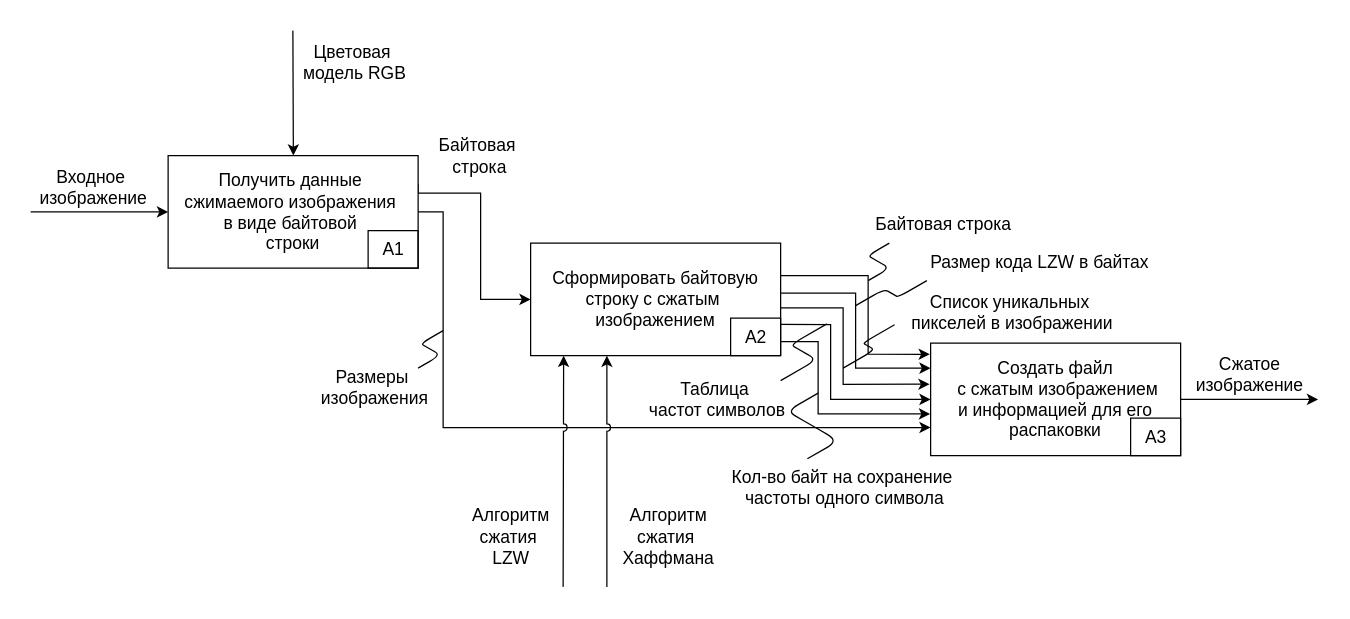
This is docs/schemes/idef0_a1.drawio from kovkir/bmstu-magistracy-diploma, a draw.io file, before an edit. Source tidied: cells renumbered, new cells numbered last; positions are measured from the earlier drawing's top-left corner, leaving out a move shared by most shapes. Both pictures are drawn from the tidied source at 125%, with x=0, y=0 at pixel (24, 30).
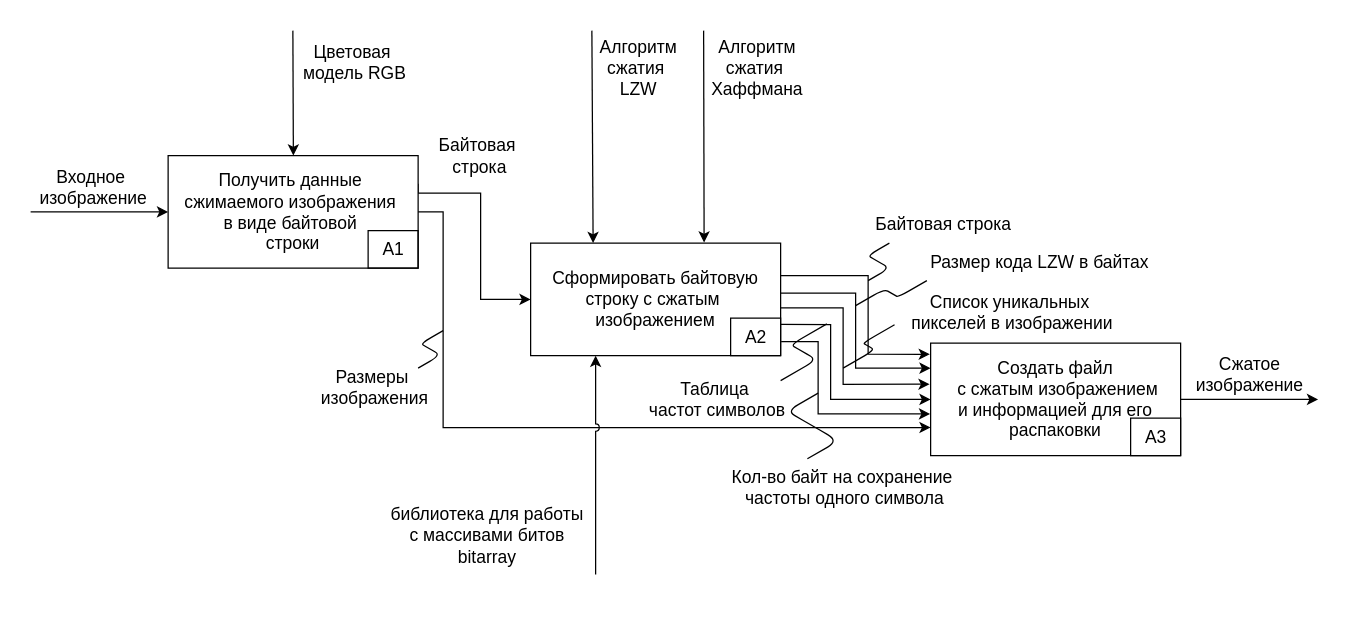
The same diagram, later.

The change refers to these unchanged cells:
```xml
<mxCell id="11" value="&lt;font style=&quot;color: rgb(0, 0, 0); font-size: 14px;&quot;&gt;Сформировать байтовую&lt;/font&gt;&lt;div&gt;&lt;font style=&quot;color: rgb(0, 0, 0); font-size: 14px;&quot;&gt;строку с сжатым&amp;nbsp;&lt;/font&gt;&lt;/div&gt;&lt;div&gt;&lt;font style=&quot;color: rgb(0, 0, 0); font-size: 14px;&quot;&gt;изображением&lt;/font&gt;&lt;/div&gt;" style="rounded=0;whiteSpace=wrap;html=1;" parent="1" vertex="1">
  <mxGeometry x="405" y="170" width="200" height="90" as="geometry" />
</mxCell>
```

What changed in the source:
```diff
@@
-    <mxCell id="34" style="edgeStyle=none;html=1;fontSize=14;endArrow=none;endFill=0;startArrow=classic;startFill=1;exitX=0.132;exitY=1.001;exitDx=0;exitDy=0;exitPerimeter=0;jumpStyle=arc;" parent="1" edge="1" source="11">
-      <mxGeometry relative="1" as="geometry">
-        <mxPoint x="431" y="445" as="targetPoint" />
-      </mxGeometry>
-    </mxCell>
     <mxCell id="35" style="edgeStyle=none;html=1;fontSize=14;startArrow=classic;startFill=1;endArrow=none;endFill=0;exitX=0.25;exitY=1;exitDx=0;exitDy=0;jumpStyle=arc;" parent="1" edge="1">
       <mxGeometry relative="1" as="geometry">
-        <mxPoint x="466" y="260" as="sourcePoint" />
-        <mxPoint x="466" y="445" as="targetPoint" />
+        <mxPoint x="457" y="260" as="sourcePoint" />
+        <mxPoint x="457" y="435" as="targetPoint" />
       </mxGeometry>
     </mxCell>
     <mxCell id="36" value="Алгоритм &lt;br&gt;сжатия&amp;nbsp;&lt;div&gt;&lt;font style=&quot;color: rgb(0, 0, 0);&quot;&gt;LZW&lt;/font&gt;&lt;/div&gt;" style="text;html=1;align=center;verticalAlign=middle;strokeColor=none;fillColor=none;fontSize=14;" parent="1" vertex="1">
-      <mxGeometry x="344" y="375" width="90" height="60" as="geometry" />
+      <mxGeometry x="446" width="90" height="60" as="geometry" />
     </mxCell>
     <mxCell id="37" value="Алгоритм&lt;br&gt;сжатия&amp;nbsp;&lt;div&gt;&lt;font style=&quot;color: rgb(0, 0, 0);&quot;&gt;Хаффмана&lt;/font&gt;&lt;/div&gt;" style="text;html=1;align=center;verticalAlign=middle;strokeColor=none;fillColor=none;fontSize=14;" parent="1" vertex="1">
-      <mxGeometry x="465" y="375" width="100" height="60" as="geometry" />
+      <mxGeometry x="536" width="100" height="60" as="geometry" />
     </mxCell>
+    <mxCell id="38" style="edgeStyle=none;html=1;fontSize=14;entryX=0.25;entryY=0;entryDx=0;entryDy=0;" parent="1" edge="1" target="11">
+      <mxGeometry relative="1" as="geometry">
+        <mxPoint x="454" as="sourcePoint" />
+      </mxGeometry>
+    </mxCell>
+    <mxCell id="39" style="edgeStyle=none;html=1;fontSize=14;entryX=0.694;entryY=-0.005;entryDx=0;entryDy=0;entryPerimeter=0;" parent="1" edge="1" target="11">
+      <mxGeometry relative="1" as="geometry">
+        <mxPoint x="543.4" as="sourcePoint" />
+      </mxGeometry>
+    </mxCell>
+    <mxCell id="40" value="&lt;span style=&quot;color: rgb(0, 0, 0);&quot;&gt;библиотека для работы&lt;br&gt;с массивами битов&lt;br&gt;&lt;/span&gt;&lt;div&gt;&lt;span style=&quot;background-color: transparent;&quot;&gt;&lt;font style=&quot;color: rgb(0, 0, 0);&quot;&gt;bitarray&lt;/font&gt;&lt;/span&gt;&lt;/div&gt;" style="text;html=1;align=center;verticalAlign=middle;strokeColor=none;fillColor=none;fontSize=14;" parent="1" vertex="1">
+      <mxGeometry x="280" y="374" width="180" height="60" as="geometry" />
+    </mxCell>
```
